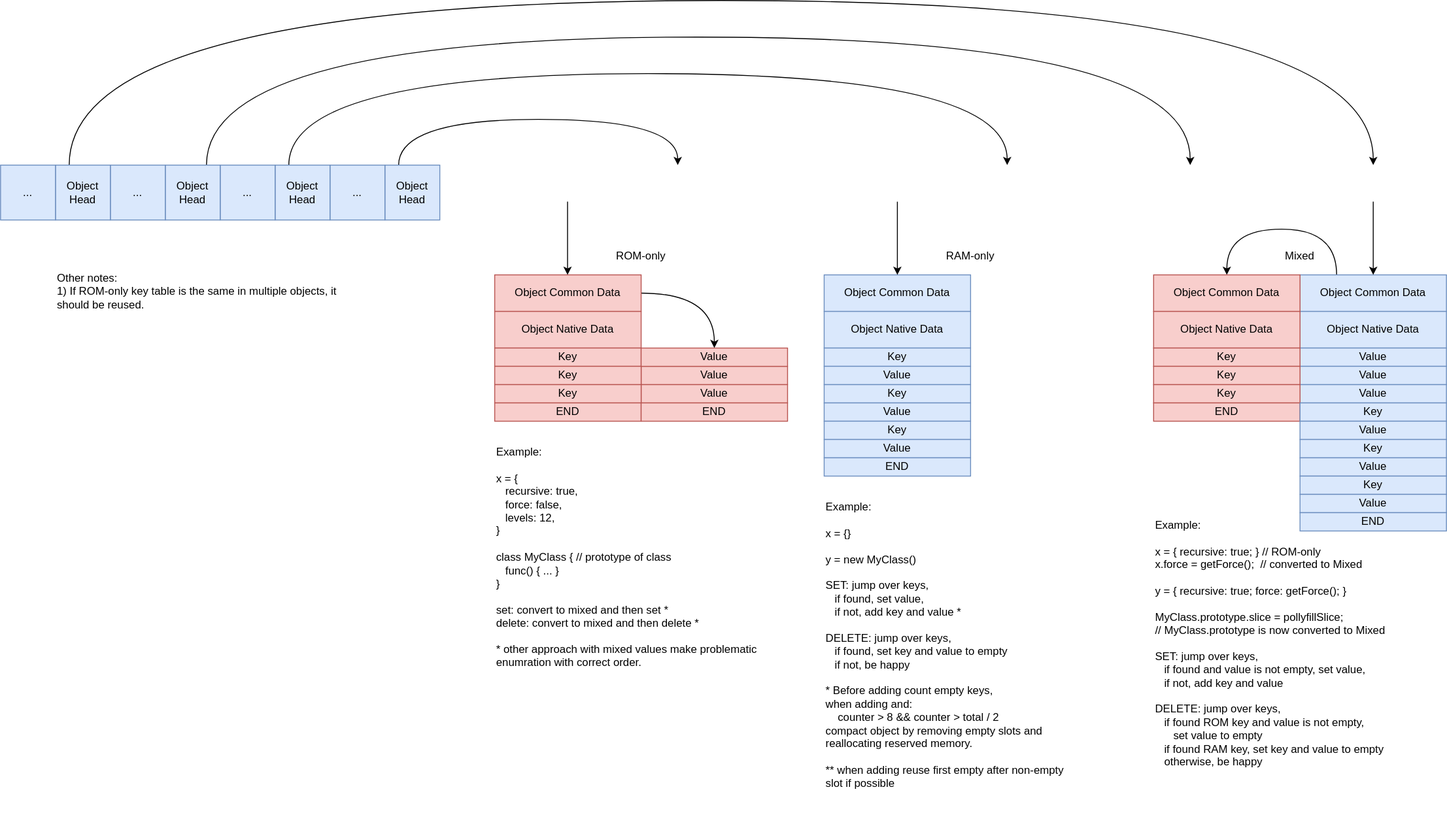
kildom/deprecated keeps this draw.io diagram as Diagrams.drawio.svg. Above is the earlier version. Source tidied: cells renumbered, new cells last; positions are measured from the earlier drawing's top-left corner, leaving out a move shared by most shapes.
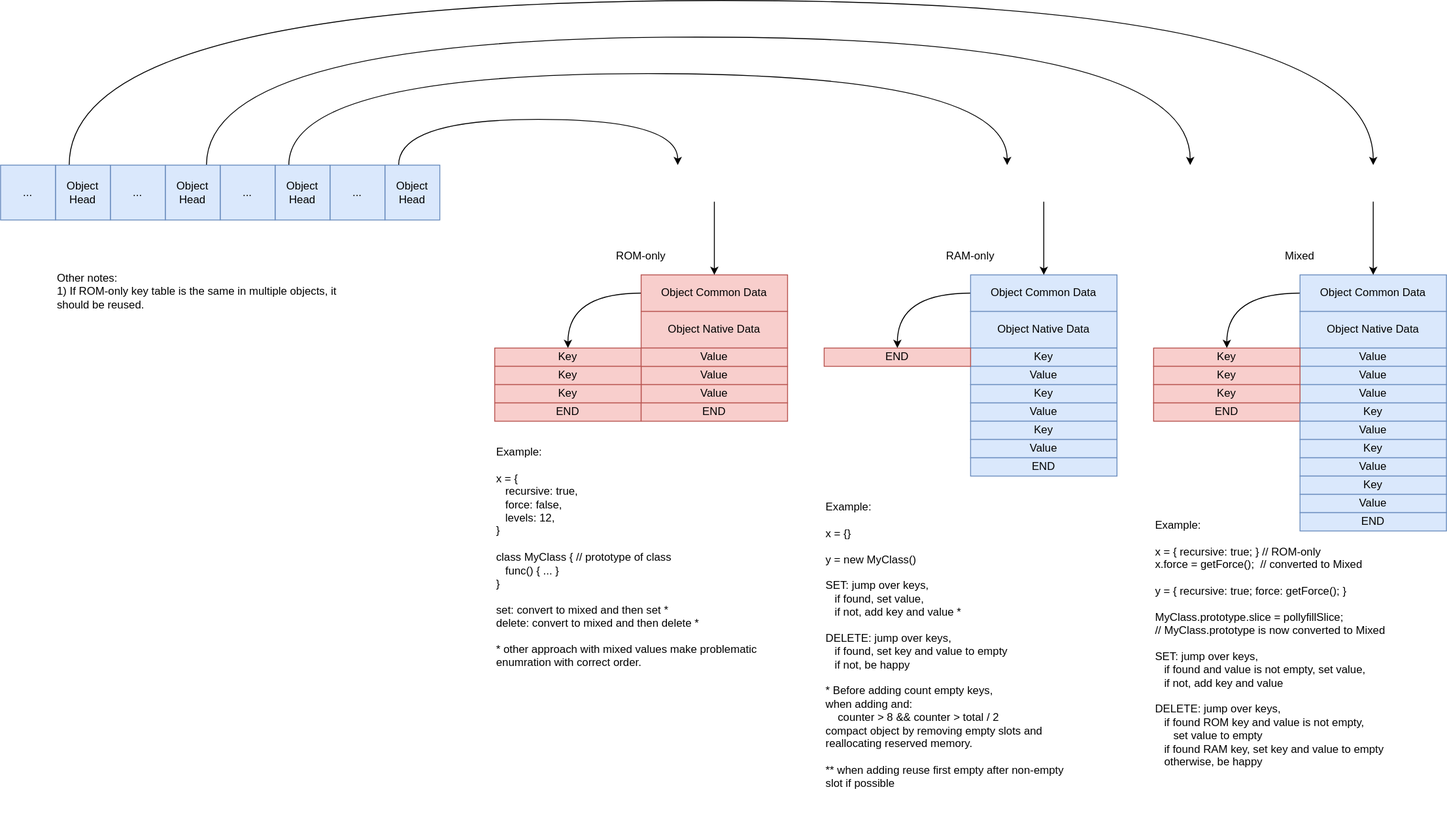
The same diagram one commit later.

What changed in the source:
```diff
@@ -65,20 +65,23 @@
     <mxCell id="14" value="Other notes:&lt;br&gt;1) If ROM-only key table is the same in multiple objects, it should be reused." style="text;html=1;strokeColor=none;fillColor=none;align=left;verticalAlign=top;whiteSpace=wrap;rounded=0;fontSize=12;" parent="1" vertex="1">
       <mxGeometry x="60" y="290" width="320" height="240" as="geometry" />
     </mxCell>
+    <mxCell id="63" style="edgeStyle=orthogonalEdgeStyle;rounded=0;jettySize=auto;html=1;exitX=0;exitY=0.5;exitDx=0;exitDy=0;entryX=0.5;entryY=0;entryDx=0;entryDy=0;curved=1;" parent="1" edge="1" source="15" target="65">
+      <mxGeometry relative="1" as="geometry" />
+    </mxCell>
     <mxCell id="15" value="Object Common Data" style="rounded=0;whiteSpace=wrap;html=1;fillColor=#dae8fc;strokeColor=#6c8ebf;" parent="1" vertex="1">
-      <mxGeometry x="900" y="300" width="160" height="40" as="geometry" />
+      <mxGeometry x="1060" y="300" width="160" height="40" as="geometry" />
     </mxCell>
     <mxCell id="16" value="Object Native Data" style="rounded=0;whiteSpace=wrap;html=1;fillColor=#dae8fc;strokeColor=#6c8ebf;" parent="1" vertex="1">
-      <mxGeometry x="900" y="340" width="160" height="40" as="geometry" />
+      <mxGeometry x="1060" y="340" width="160" height="40" as="geometry" />
     </mxCell>
-    <mxCell id="17" style="edgeStyle=orthogonalEdgeStyle;rounded=0;jettySize=auto;html=1;exitX=1;exitY=0.5;exitDx=0;exitDy=0;entryX=0.5;entryY=0;entryDx=0;entryDy=0;curved=1;" parent="1" edge="1" source="18" target="33">
-      <mxGeometry relative="1" as="geometry" />
-    </mxCell>
+    <mxCell id="64" style="edgeStyle=orthogonalEdgeStyle;rounded=0;jettySize=auto;html=1;exitX=0;exitY=0.5;exitDx=0;exitDy=0;entryX=0.5;entryY=0;entryDx=0;entryDy=0;curved=1;" parent="1" edge="1" source="18" target="22">
+      <mxGeometry relative="1" as="geometry" />
+    </mxCell>
     <mxCell id="18" value="Object Common Data" style="rounded=0;whiteSpace=wrap;html=1;fillColor=#f8cecc;strokeColor=#b85450;" parent="1" vertex="1">
-      <mxGeometry x="540" y="300" width="160" height="40" as="geometry" />
+      <mxGeometry x="700" y="300" width="160" height="40" as="geometry" />
     </mxCell>
     <mxCell id="19" value="Object Native Data" style="rounded=0;whiteSpace=wrap;html=1;fillColor=#f8cecc;strokeColor=#b85450;" parent="1" vertex="1">
-      <mxGeometry x="540" y="340" width="160" height="40" as="geometry" />
+      <mxGeometry x="700" y="340" width="160" height="40" as="geometry" />
     </mxCell>
     <mxCell id="20" value="Value" style="rounded=0;whiteSpace=wrap;html=1;fillColor=#f8cecc;strokeColor=#b85450;" parent="1" vertex="1">
       <mxGeometry x="700" y="400" width="160" height="20" as="geometry" />
@@ -96,25 +99,25 @@
       <mxGeometry x="540" y="420" width="160" height="20" as="geometry" />
     </mxCell>
     <mxCell id="25" value="Key" style="rounded=0;whiteSpace=wrap;html=1;fillColor=#dae8fc;strokeColor=#6c8ebf;" parent="1" vertex="1">
-      <mxGeometry x="900" y="380" width="160" height="20" as="geometry" />
+      <mxGeometry x="1060" y="380" width="160" height="20" as="geometry" />
     </mxCell>
     <mxCell id="26" value="Value" style="rounded=0;whiteSpace=wrap;html=1;fillColor=#dae8fc;strokeColor=#6c8ebf;" parent="1" vertex="1">
-      <mxGeometry x="900" y="400" width="160" height="20" as="geometry" />
+      <mxGeometry x="1060" y="400" width="160" height="20" as="geometry" />
     </mxCell>
     <mxCell id="27" value="Key" style="rounded=0;whiteSpace=wrap;html=1;fillColor=#dae8fc;strokeColor=#6c8ebf;" parent="1" vertex="1">
-      <mxGeometry x="900" y="420" width="160" height="20" as="geometry" />
+      <mxGeometry x="1060" y="420" width="160" height="20" as="geometry" />
     </mxCell>
     <mxCell id="28" value="Value" style="rounded=0;whiteSpace=wrap;html=1;fillColor=#dae8fc;strokeColor=#6c8ebf;" parent="1" vertex="1">
-      <mxGeometry x="900" y="440" width="160" height="20" as="geometry" />
+      <mxGeometry x="1060" y="440" width="160" height="20" as="geometry" />
     </mxCell>
     <mxCell id="29" value="Key" style="rounded=0;whiteSpace=wrap;html=1;fillColor=#dae8fc;strokeColor=#6c8ebf;" parent="1" vertex="1">
-      <mxGeometry x="900" y="460" width="160" height="20" as="geometry" />
+      <mxGeometry x="1060" y="460" width="160" height="20" as="geometry" />
     </mxCell>
     <mxCell id="30" value="Value" style="rounded=0;whiteSpace=wrap;html=1;fillColor=#dae8fc;strokeColor=#6c8ebf;" parent="1" vertex="1">
-      <mxGeometry x="900" y="480" width="160" height="20" as="geometry" />
+      <mxGeometry x="1060" y="480" width="160" height="20" as="geometry" />
     </mxCell>
     <mxCell id="31" value="END" style="rounded=0;whiteSpace=wrap;html=1;fillColor=#dae8fc;strokeColor=#6c8ebf;" parent="1" vertex="1">
-      <mxGeometry x="900" y="500" width="160" height="20" as="geometry" />
+      <mxGeometry x="1060" y="500" width="160" height="20" as="geometry" />
     </mxCell>
     <mxCell id="32" value="END" style="rounded=0;whiteSpace=wrap;html=1;fillColor=#f8cecc;strokeColor=#b85450;" parent="1" vertex="1">
       <mxGeometry x="540" y="440" width="160" height="20" as="geometry" />
@@ -133,20 +136,19 @@
     </mxCell>
     <mxCell id="37" style="endArrow=classic;html=1;rounded=0;entryX=0.5;entryY=0;entryDx=0;entryDy=0;" parent="1" edge="1" target="15">
       <mxGeometry relative="1" as="geometry">
-        <mxPoint x="980" y="220" as="sourcePoint" />
+        <mxPoint x="1140" y="220" as="sourcePoint" />
       </mxGeometry>
     </mxCell>
     <mxCell id="38" style="endArrow=classic;html=1;rounded=0;entryX=0.5;entryY=0;entryDx=0;entryDy=0;" parent="1" edge="1">
       <mxGeometry relative="1" as="geometry">
-        <mxPoint x="619.6" y="220" as="sourcePoint" />
-        <mxPoint x="619.6" y="300" as="targetPoint" />
+        <mxPoint x="780" y="220" as="sourcePoint" />
+        <mxPoint x="780" y="300" as="targetPoint" />
       </mxGeometry>
     </mxCell>
-    <mxCell id="39" style="edgeStyle=orthogonalEdgeStyle;rounded=0;jettySize=auto;html=1;exitX=0.25;exitY=0;exitDx=0;exitDy=0;entryX=0.5;entryY=0;entryDx=0;entryDy=0;curved=1;" parent="1" edge="1" source="40" target="45">
+    <mxCell id="39" style="edgeStyle=orthogonalEdgeStyle;rounded=0;jettySize=auto;html=1;exitX=0;exitY=0.5;exitDx=0;exitDy=0;entryX=0.5;entryY=0;entryDx=0;entryDy=0;curved=1;" parent="1" edge="1" source="40" target="47">
       <mxGeometry relative="1" as="geometry">
         <Array as="points">
-          <mxPoint x="1460" y="250" />
-          <mxPoint x="1340" y="250" />
+          <mxPoint x="1340" y="320" />
         </Array>
       </mxGeometry>
     </mxCell>
@@ -165,12 +167,6 @@
     <mxCell id="44" value="Value" style="rounded=0;whiteSpace=wrap;html=1;fillColor=#dae8fc;strokeColor=#6c8ebf;" parent="1" vertex="1">
       <mxGeometry x="1420" y="420" width="160" height="20" as="geometry" />
     </mxCell>
-    <mxCell id="45" value="Object Common Data" style="rounded=0;whiteSpace=wrap;html=1;fillColor=#f8cecc;strokeColor=#b85450;" parent="1" vertex="1">
-      <mxGeometry x="1260" y="300" width="160" height="40" as="geometry" />
-    </mxCell>
-    <mxCell id="46" value="Object Native Data" style="rounded=0;whiteSpace=wrap;html=1;fillColor=#f8cecc;strokeColor=#b85450;" parent="1" vertex="1">
-      <mxGeometry x="1260" y="340" width="160" height="40" as="geometry" />
-    </mxCell>
     <mxCell id="47" value="Key" style="rounded=0;whiteSpace=wrap;html=1;fillColor=#f8cecc;strokeColor=#b85450;" parent="1" vertex="1">
       <mxGeometry x="1260" y="380" width="160" height="20" as="geometry" />
     </mxCell>
@@ -222,5 +218,8 @@
     <mxCell id="62" value="END" style="rounded=0;whiteSpace=wrap;html=1;fillColor=#f8cecc;strokeColor=#b85450;" parent="1" vertex="1">
       <mxGeometry x="700" y="440" width="160" height="20" as="geometry" />
     </mxCell>
+    <mxCell id="65" value="END" style="rounded=0;whiteSpace=wrap;html=1;fillColor=#f8cecc;strokeColor=#b85450;" parent="1" vertex="1">
+      <mxGeometry x="900" y="380" width="160" height="20" as="geometry" />
+    </mxCell>
   </root>
 </mxGraphModel>
```
